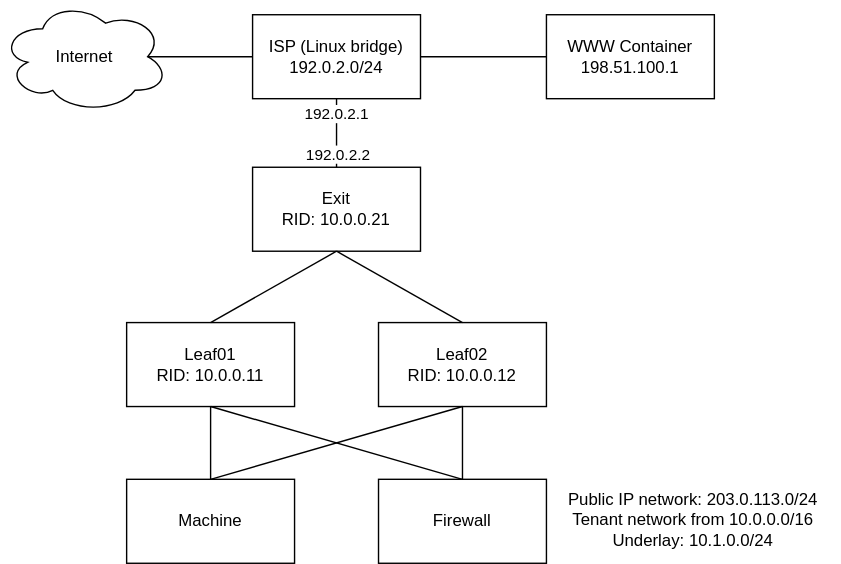
This is docs/network.svg from metal-stack/mini-lab, a draw.io export, as it was before one commit. Source tidied: cells renumbered, new cells last; positions are measured from the earlier drawing's top-left corner, leaving out a move shared by most shapes.
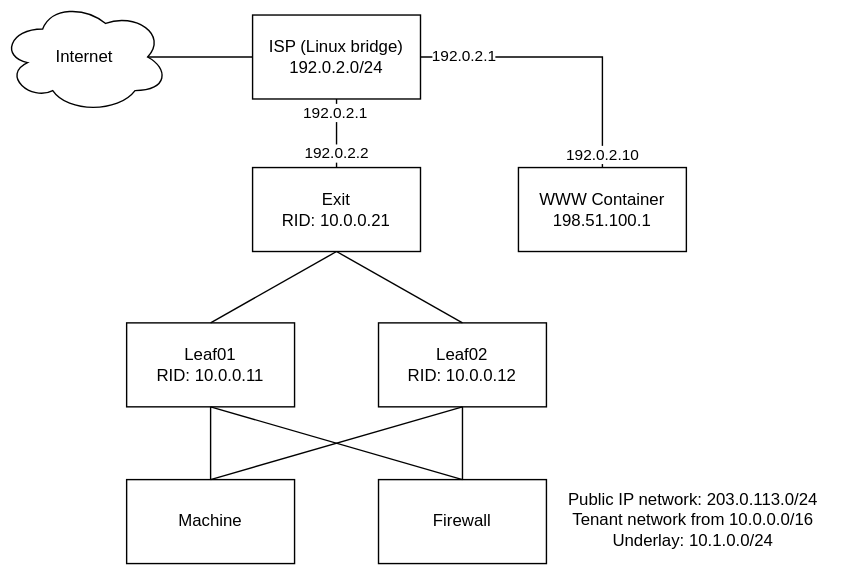
Later version of the same file.

Diff of the diagram source:
```diff
@@ -18,7 +18,7 @@
       <mxGeometry x="180" y="119" width="120" height="60" as="geometry" />
     </mxCell>
     <mxCell id="7" value="WWW Container&lt;br&gt;198.51.100.1" style="rounded=0;whiteSpace=wrap;html=1;" parent="1" vertex="1">
-      <mxGeometry x="390" y="10" width="120" height="60" as="geometry" />
+      <mxGeometry x="370" y="119" width="120" height="60" as="geometry" />
     </mxCell>
     <mxCell id="8" value="ISP (Linux bridge)&lt;br&gt;192.0.2.0/24" style="rounded=0;whiteSpace=wrap;html=1;" parent="1" vertex="1">
       <mxGeometry x="180" y="10" width="120" height="60" as="geometry" />
@@ -38,9 +38,23 @@
     <mxCell id="13" style="endArrow=none;html=1;rounded=0;entryX=0;entryY=0.5;entryDx=0;entryDy=0;exitX=0.875;exitY=0.5;exitDx=0;exitDy=0;exitPerimeter=0;" parent="1" edge="1" source="9" target="8">
       <mxGeometry relative="1" as="geometry" />
     </mxCell>
-    <mxCell id="14" style="endArrow=none;html=1;rounded=0;entryX=0;entryY=0.5;entryDx=0;entryDy=0;exitX=1;exitY=0.5;exitDx=0;exitDy=0;" parent="1" edge="1" source="8" target="7">
-      <mxGeometry relative="1" as="geometry" />
+    <mxCell id="14" style="endArrow=none;html=1;rounded=0;entryX=0.5;entryY=0;entryDx=0;entryDy=0;exitX=1;exitY=0.5;exitDx=0;exitDy=0;" parent="1" edge="1" source="8" target="7">
+      <mxGeometry relative="1" as="geometry">
+        <Array as="points">
+          <mxPoint x="430" y="40" />
+        </Array>
+      </mxGeometry>
     </mxCell>
+    <mxCell id="22" value="192.0.2.10" style="edgeLabel;html=1;align=center;verticalAlign=middle;" parent="14" vertex="1">
+      <mxGeometry x="0.27" y="1" relative="1" as="geometry">
+        <mxPoint x="-1" y="67" as="offset" />
+      </mxGeometry>
+    </mxCell>
+    <mxCell id="23" value="192.0.2.1" style="edgeLabel;html=1;align=center;verticalAlign=middle;" parent="14" vertex="1">
+      <mxGeometry x="-0.87" y="1" relative="1" as="geometry">
+        <mxPoint x="17" as="offset" />
+      </mxGeometry>
+    </mxCell>
     <mxCell id="15" style="endArrow=none;html=1;rounded=0;entryX=0.5;entryY=1;entryDx=0;entryDy=0;exitX=0.5;exitY=0;exitDx=0;exitDy=0;" parent="1" edge="1" source="4" target="6">
       <mxGeometry relative="1" as="geometry" />
     </mxCell>
```
